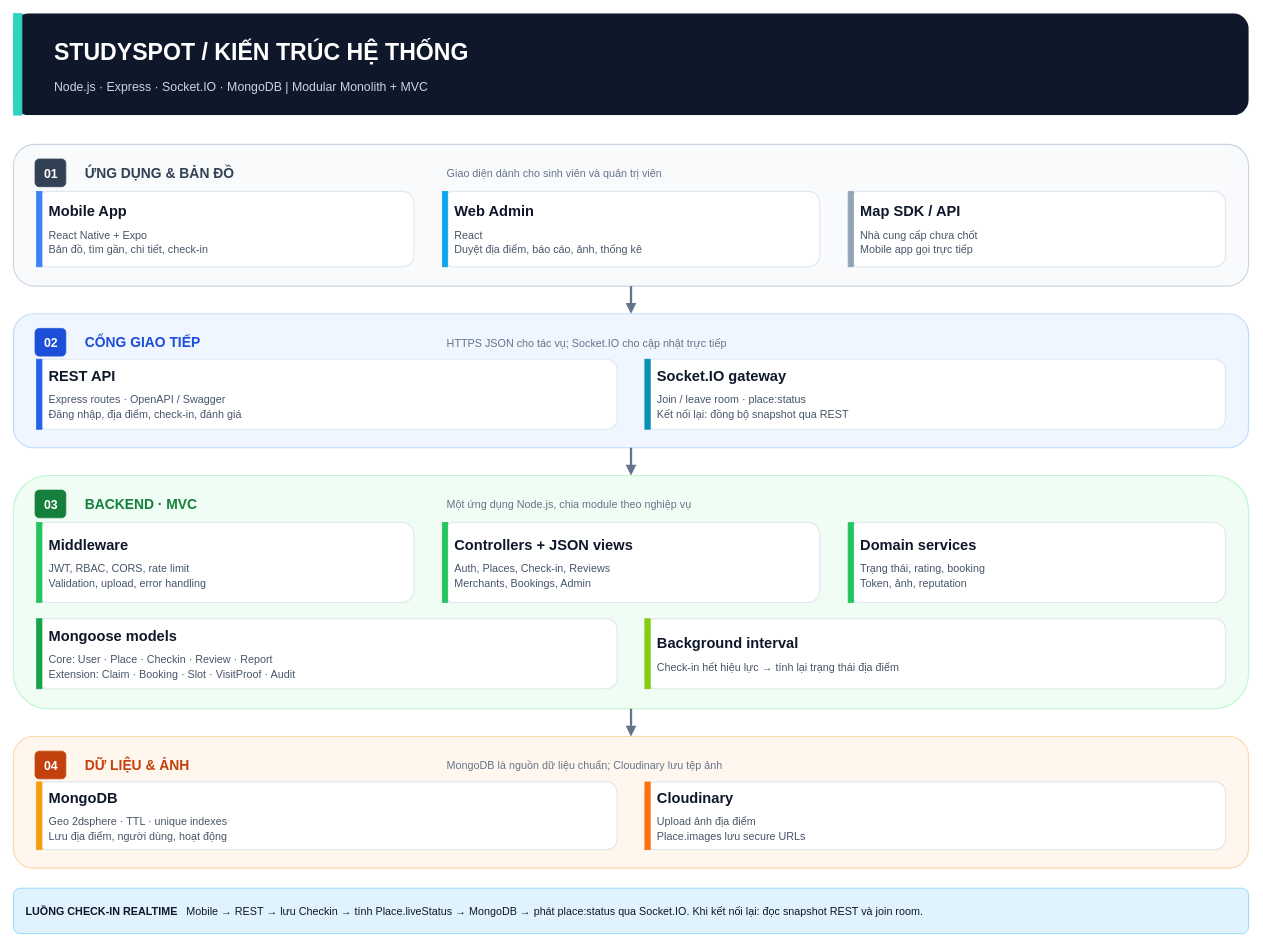
Before: backend/docs/StudySpot-System-Architecture.drawio in L1nkinPark/SDN-MMA, a draw.io diagram. Source tidied: cells renumbered, new cells numbered last; positions are measured from the earlier drawing's top-left corner, leaving out a move shared by most shapes. Both pictures are drawn from the tidied source at 77%, with x=0, y=0 at pixel (13, 13).
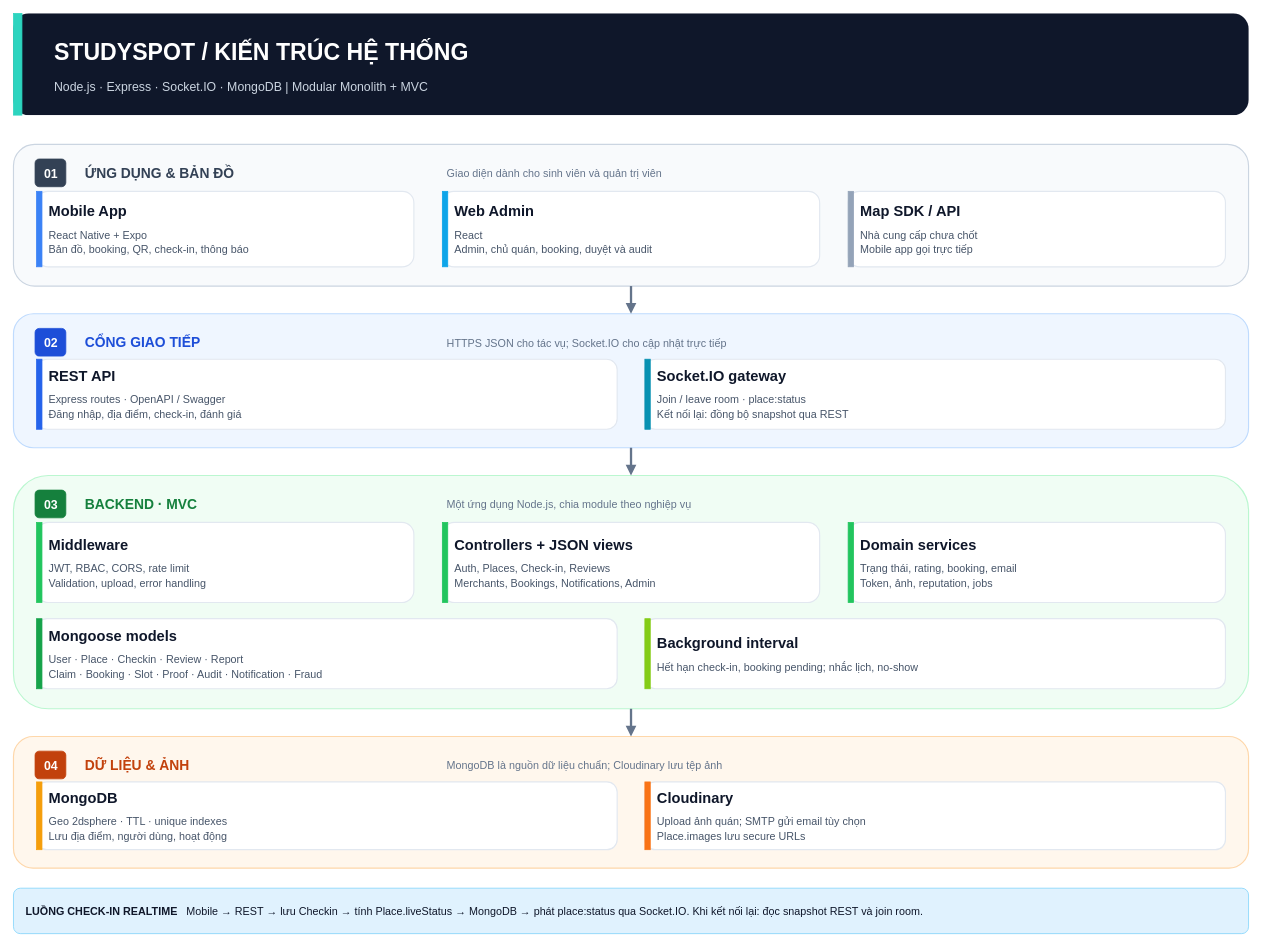
Above is the later version.

The edit, as a diff of the source:
```diff
@@
-    <mxCell id="10" value="&lt;div style='font-family:Arial,sans-serif;line-height:1.4'&gt;&lt;div style='font-size:19px;font-weight:bold;color:#0F172A'&gt;Mobile App&lt;/div&gt;&lt;div style='font-size:14px;color:#475569;margin-top:7px'&gt;React Native + Expo&lt;br/&gt;Bản đồ, tìm gần, chi tiết, check-in&lt;/div&gt;&lt;/div&gt;" style="rounded=1;whiteSpace=wrap;html=1;fillColor=#FFFFFF;strokeColor=#E2E8F0;fontColor=#0F172A;fontSize=15;align=left;verticalAlign=middle;spacingLeft=14;spacingRight=12;spacingTop=9;spacingBottom=8;shadow=0;dashed=0;strokeWidth=1.5;verticalAlign=middle;" parent="1" vertex="1">
+    <mxCell id="10" value="&lt;div style='font-family:Arial,sans-serif;line-height:1.4'&gt;&lt;div style='font-size:19px;font-weight:bold;color:#0F172A'&gt;Mobile App&lt;/div&gt;&lt;div style='font-size:14px;color:#475569;margin-top:7px'&gt;React Native + Expo&lt;br/&gt;Bản đồ, booking, QR, check-in, thông báo&lt;/div&gt;&lt;/div&gt;" style="rounded=1;whiteSpace=wrap;html=1;fillColor=#FFFFFF;strokeColor=#E2E8F0;fontColor=#0F172A;fontSize=15;align=left;verticalAlign=middle;spacingLeft=14;spacingRight=12;spacingTop=9;spacingBottom=8;shadow=0;dashed=0;strokeWidth=1.5;verticalAlign=middle;" parent="1" vertex="1">
       <mxGeometry x="30" y="231" width="490" height="98" as="geometry" />
     </mxCell>
@@
-    <mxCell id="12" value="&lt;div style='font-family:Arial,sans-serif;line-height:1.4'&gt;&lt;div style='font-size:19px;font-weight:bold;color:#0F172A'&gt;Web Admin&lt;/div&gt;&lt;div style='font-size:14px;color:#475569;margin-top:7px'&gt;React&lt;br/&gt;Duyệt địa điểm, báo cáo, ảnh, thống kê&lt;/div&gt;&lt;/div&gt;" style="rounded=1;whiteSpace=wrap;html=1;fillColor=#FFFFFF;strokeColor=#E2E8F0;fontColor=#0F172A;fontSize=15;align=left;verticalAlign=middle;spacingLeft=14;spacingRight=12;spacingTop=9;spacingBottom=8;shadow=0;dashed=0;strokeWidth=1.5;verticalAlign=middle;" parent="1" vertex="1">
+    <mxCell id="12" value="&lt;div style='font-family:Arial,sans-serif;line-height:1.4'&gt;&lt;div style='font-size:19px;font-weight:bold;color:#0F172A'&gt;Web Admin&lt;/div&gt;&lt;div style='font-size:14px;color:#475569;margin-top:7px'&gt;React&lt;br/&gt;Admin, chủ quán, booking, duyệt và audit&lt;/div&gt;&lt;/div&gt;" style="rounded=1;whiteSpace=wrap;html=1;fillColor=#FFFFFF;strokeColor=#E2E8F0;fontColor=#0F172A;fontSize=15;align=left;verticalAlign=middle;spacingLeft=14;spacingRight=12;spacingTop=9;spacingBottom=8;shadow=0;dashed=0;strokeWidth=1.5;verticalAlign=middle;" parent="1" vertex="1">
       <mxGeometry x="557" y="231" width="490" height="98" as="geometry" />
     </mxCell>
@@
-    <mxCell id="30" value="&lt;div style='font-family:Arial,sans-serif;line-height:1.4'&gt;&lt;div style='font-size:19px;font-weight:bold;color:#0F172A'&gt;Controllers + JSON views&lt;/div&gt;&lt;div style='font-size:14px;color:#475569;margin-top:7px'&gt;Auth, Places, Check-in, Reviews&lt;br/&gt;Merchants, Bookings, Admin&lt;/div&gt;&lt;/div&gt;" style="rounded=1;whiteSpace=wrap;html=1;fillColor=#FFFFFF;strokeColor=#E2E8F0;fontColor=#0F172A;fontSize=15;align=left;verticalAlign=middle;spacingLeft=14;spacingRight=12;spacingTop=9;spacingBottom=8;shadow=0;dashed=0;strokeWidth=1.5;verticalAlign=middle;" parent="1" vertex="1">
+    <mxCell id="30" value="&lt;div style='font-family:Arial,sans-serif;line-height:1.4'&gt;&lt;div style='font-size:19px;font-weight:bold;color:#0F172A'&gt;Controllers + JSON views&lt;/div&gt;&lt;div style='font-size:14px;color:#475569;margin-top:7px'&gt;Auth, Places, Check-in, Reviews&lt;br/&gt;Merchants, Bookings, Notifications, Admin&lt;/div&gt;&lt;/div&gt;" style="rounded=1;whiteSpace=wrap;html=1;fillColor=#FFFFFF;strokeColor=#E2E8F0;fontColor=#0F172A;fontSize=15;align=left;verticalAlign=middle;spacingLeft=14;spacingRight=12;spacingTop=9;spacingBottom=8;shadow=0;dashed=0;strokeWidth=1.5;verticalAlign=middle;" parent="1" vertex="1">
       <mxGeometry x="557" y="661" width="490" height="104" as="geometry" />
     </mxCell>
@@
-    <mxCell id="32" value="&lt;div style='font-family:Arial,sans-serif;line-height:1.4'&gt;&lt;div style='font-size:19px;font-weight:bold;color:#0F172A'&gt;Domain services&lt;/div&gt;&lt;div style='font-size:14px;color:#475569;margin-top:7px'&gt;Trạng thái, rating, booking&lt;br/&gt;Token, ảnh, reputation&lt;/div&gt;&lt;/div&gt;" style="rounded=1;whiteSpace=wrap;html=1;fillColor=#FFFFFF;strokeColor=#E2E8F0;fontColor=#0F172A;fontSize=15;align=left;verticalAlign=middle;spacingLeft=14;spacingRight=12;spacingTop=9;spacingBottom=8;shadow=0;dashed=0;strokeWidth=1.5;verticalAlign=middle;" parent="1" vertex="1">
+    <mxCell id="32" value="&lt;div style='font-family:Arial,sans-serif;line-height:1.4'&gt;&lt;div style='font-size:19px;font-weight:bold;color:#0F172A'&gt;Domain services&lt;/div&gt;&lt;div style='font-size:14px;color:#475569;margin-top:7px'&gt;Trạng thái, rating, booking, email&lt;br/&gt;Token, ảnh, reputation, jobs&lt;/div&gt;&lt;/div&gt;" style="rounded=1;whiteSpace=wrap;html=1;fillColor=#FFFFFF;strokeColor=#E2E8F0;fontColor=#0F172A;fontSize=15;align=left;verticalAlign=middle;spacingLeft=14;spacingRight=12;spacingTop=9;spacingBottom=8;shadow=0;dashed=0;strokeWidth=1.5;verticalAlign=middle;" parent="1" vertex="1">
       <mxGeometry x="1084" y="661" width="490" height="104" as="geometry" />
     </mxCell>
@@
-    <mxCell id="34" value="&lt;div style='font-family:Arial,sans-serif;line-height:1.4'&gt;&lt;div style='font-size:19px;font-weight:bold;color:#0F172A'&gt;Mongoose models&lt;/div&gt;&lt;div style='font-size:14px;color:#475569;margin-top:7px'&gt;Core: User · Place · Checkin · Review · Report&lt;br/&gt;Extension: Claim · Booking · Slot · VisitProof · Audit&lt;/div&gt;&lt;/div&gt;" style="rounded=1;whiteSpace=wrap;html=1;fillColor=#FFFFFF;strokeColor=#E2E8F0;fontColor=#0F172A;fontSize=15;align=left;verticalAlign=middle;spacingLeft=14;spacingRight=12;spacingTop=9;spacingBottom=8;shadow=0;dashed=0;strokeWidth=1.5;verticalAlign=middle;" parent="1" vertex="1">
+    <mxCell id="34" value="&lt;div style='font-family:Arial,sans-serif;line-height:1.4'&gt;&lt;div style='font-size:19px;font-weight:bold;color:#0F172A'&gt;Mongoose models&lt;/div&gt;&lt;div style='font-size:14px;color:#475569;margin-top:7px'&gt;User · Place · Checkin · Review · Report&lt;br/&gt;Claim · Booking · Slot · Proof · Audit · Notification · Fraud&lt;/div&gt;&lt;/div&gt;" style="rounded=1;whiteSpace=wrap;html=1;fillColor=#FFFFFF;strokeColor=#E2E8F0;fontColor=#0F172A;fontSize=15;align=left;verticalAlign=middle;spacingLeft=14;spacingRight=12;spacingTop=9;spacingBottom=8;shadow=0;dashed=0;strokeWidth=1.5;verticalAlign=middle;" parent="1" vertex="1">
       <mxGeometry x="30" y="786" width="754" height="91" as="geometry" />
     </mxCell>
@@
-    <mxCell id="36" value="&lt;div style='font-family:Arial,sans-serif;line-height:1.4'&gt;&lt;div style='font-size:19px;font-weight:bold;color:#0F172A'&gt;Background interval&lt;/div&gt;&lt;div style='font-size:14px;color:#475569;margin-top:7px'&gt;Check-in hết hiệu lực → tính lại trạng thái địa điểm&lt;/div&gt;&lt;/div&gt;" style="rounded=1;whiteSpace=wrap;html=1;fillColor=#FFFFFF;strokeColor=#E2E8F0;fontColor=#0F172A;fontSize=15;align=left;verticalAlign=middle;spacingLeft=14;spacingRight=12;spacingTop=9;spacingBottom=8;shadow=0;dashed=0;strokeWidth=1.5;verticalAlign=middle;" parent="1" vertex="1">
+    <mxCell id="36" value="&lt;div style='font-family:Arial,sans-serif;line-height:1.4'&gt;&lt;div style='font-size:19px;font-weight:bold;color:#0F172A'&gt;Background interval&lt;/div&gt;&lt;div style='font-size:14px;color:#475569;margin-top:7px'&gt;Hết hạn check-in, booking pending; nhắc lịch, no-show&lt;/div&gt;&lt;/div&gt;" style="rounded=1;whiteSpace=wrap;html=1;fillColor=#FFFFFF;strokeColor=#E2E8F0;fontColor=#0F172A;fontSize=15;align=left;verticalAlign=middle;spacingLeft=14;spacingRight=12;spacingTop=9;spacingBottom=8;shadow=0;dashed=0;strokeWidth=1.5;verticalAlign=middle;" parent="1" vertex="1">
       <mxGeometry x="820" y="786" width="754" height="91" as="geometry" />
     </mxCell>
@@
-    <mxCell id="44" value="&lt;div style='font-family:Arial,sans-serif;line-height:1.4'&gt;&lt;div style='font-size:19px;font-weight:bold;color:#0F172A'&gt;Cloudinary&lt;/div&gt;&lt;div style='font-size:14px;color:#475569;margin-top:7px'&gt;Upload ảnh địa điểm&lt;br/&gt;Place.images lưu secure URLs&lt;/div&gt;&lt;/div&gt;" style="rounded=1;whiteSpace=wrap;html=1;fillColor=#FFFFFF;strokeColor=#E2E8F0;fontColor=#0F172A;fontSize=15;align=left;verticalAlign=middle;spacingLeft=14;spacingRight=12;spacingTop=9;spacingBottom=8;shadow=0;dashed=0;strokeWidth=1.5;verticalAlign=middle;" parent="1" vertex="1">
+    <mxCell id="44" value="&lt;div style='font-family:Arial,sans-serif;line-height:1.4'&gt;&lt;div style='font-size:19px;font-weight:bold;color:#0F172A'&gt;Cloudinary&lt;/div&gt;&lt;div style='font-size:14px;color:#475569;margin-top:7px'&gt;Upload ảnh quán; SMTP gửi email tùy chọn&lt;br/&gt;Place.images lưu secure URLs&lt;/div&gt;&lt;/div&gt;" style="rounded=1;whiteSpace=wrap;html=1;fillColor=#FFFFFF;strokeColor=#E2E8F0;fontColor=#0F172A;fontSize=15;align=left;verticalAlign=middle;spacingLeft=14;spacingRight=12;spacingTop=9;spacingBottom=8;shadow=0;dashed=0;strokeWidth=1.5;verticalAlign=middle;" parent="1" vertex="1">
       <mxGeometry x="820" y="998" width="754" height="88" as="geometry" />
     </mxCell>
```
